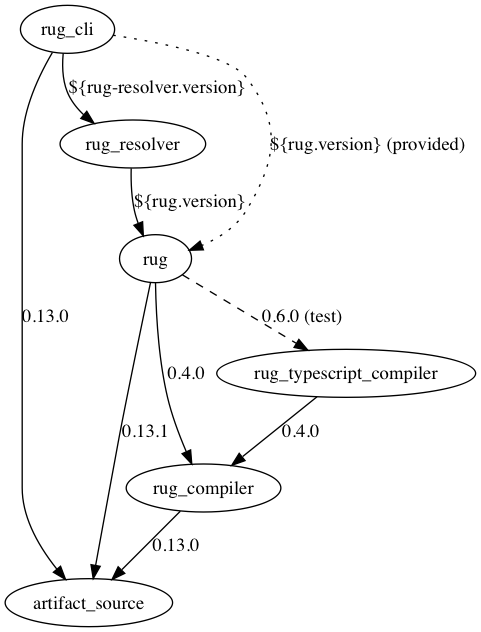
jessitron/org-dep-graph keeps this Graphviz diagram as atomist.png. Above is the earlier version. Its source is kept beside it as atomist.dot.
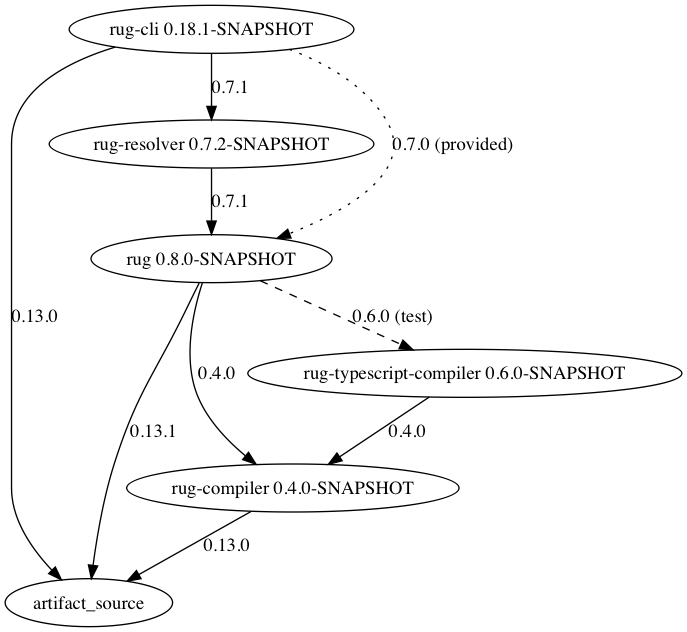
The same diagram one commit later.

The edit, as a diff of the source:
```diff
@@ -1,11 +1,16 @@
 digraph atomist {
 rug_cli -> artifact_source [label="0.13.0"];
-rug_cli -> rug_resolver [label="${rug-resolver.version}"];
-rug_cli -> rug [label="${rug.version} (provided)",style="dotted"];
+rug_cli -> rug_resolver [label="0.7.1"];
+rug_cli -> rug [label="0.7.0 (provided)",style="dotted"];
 rug -> artifact_source [label="0.13.1"];
 rug -> rug_compiler [label="0.4.0"];
 rug -> rug_typescript_compiler [label="0.6.0 (test)",style="dashed"];
-rug_resolver -> rug [label="${rug.version}"];
+rug_resolver -> rug [label="0.7.1"];
 rug_typescript_compiler -> rug_compiler [label="0.4.0"];
 rug_compiler -> artifact_source [label="0.13.0"];
+rug_cli [label="rug-cli 0.18.1-SNAPSHOT"];
+rug [label="rug 0.8.0-SNAPSHOT"];
+rug_resolver [label="rug-resolver 0.7.2-SNAPSHOT"];
+rug_typescript_compiler [label="rug-typescript-compiler 0.6.0-SNAPSHOT"];
+rug_compiler [label="rug-compiler 0.4.0-SNAPSHOT"];
 }
```
